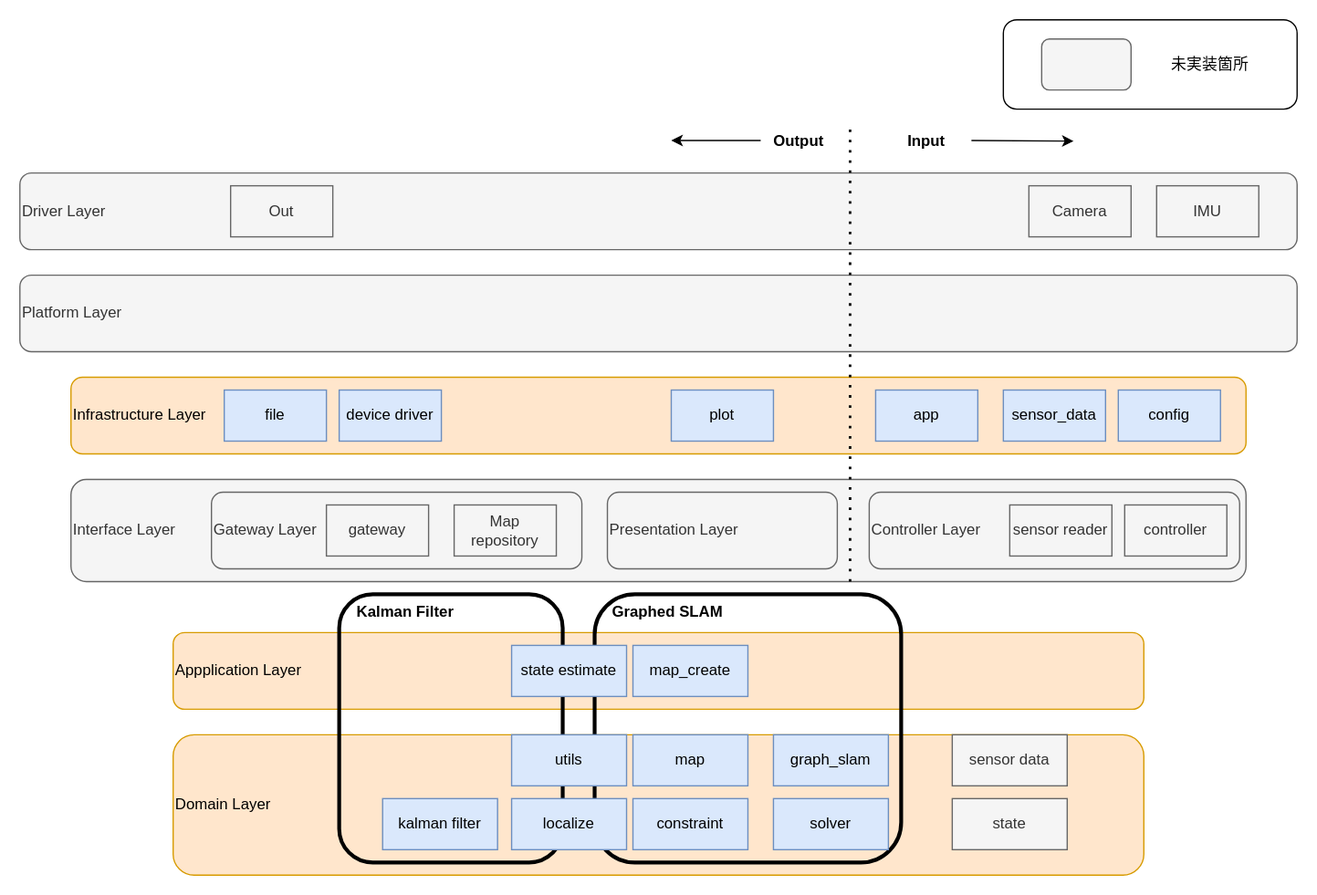
Above: static/soft_architecture.svg in hender14/robotics (draw.io), before the change. Source tidied: cells renumbered, new cells last; positions are measured from the earlier drawing's top-left corner, leaving out a move shared by most shapes.
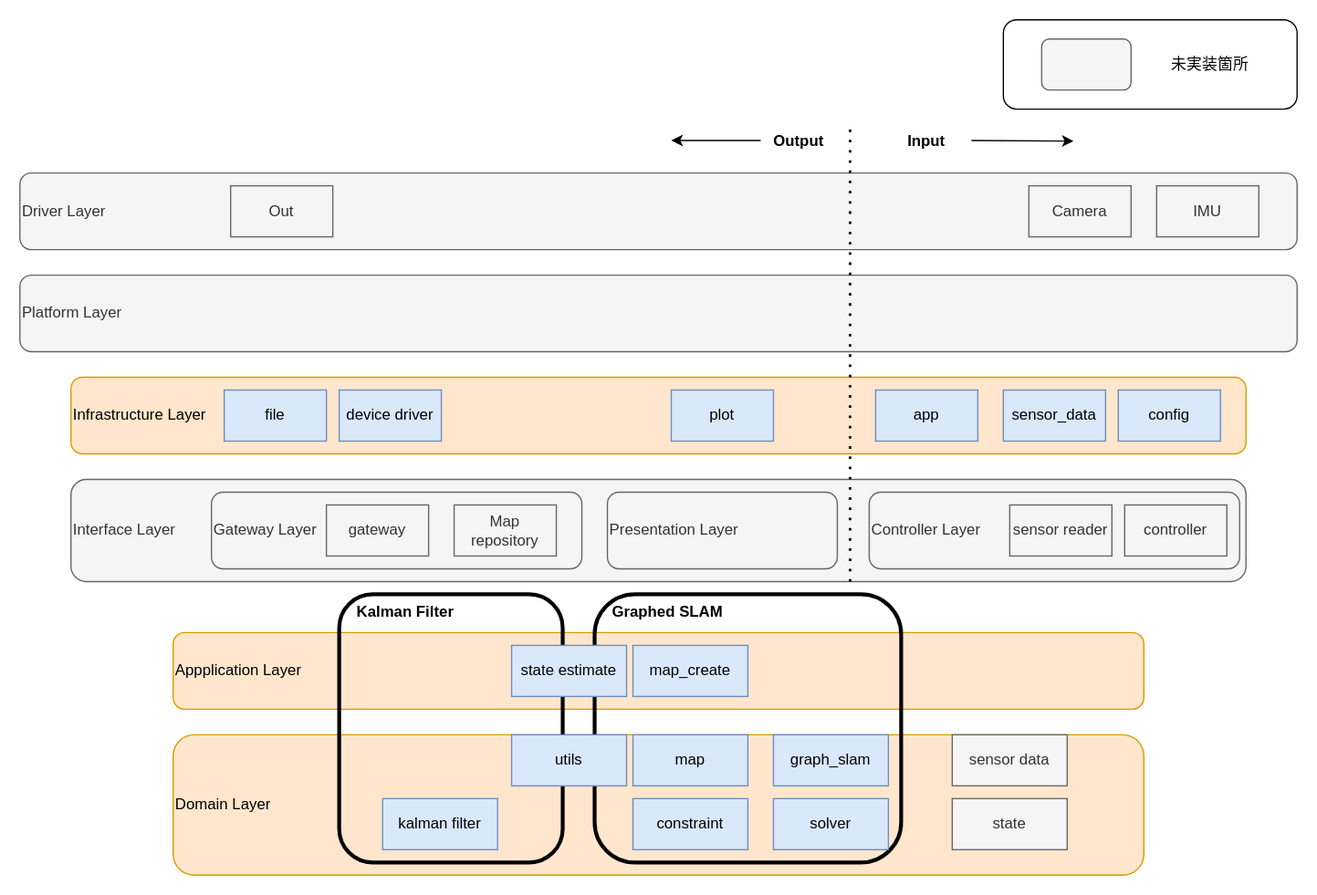
Later version of the same file.

The edit, as a diff of the source:
```diff
@@ -62,9 +62,6 @@
     <mxCell id="21" value="sensor data" style="rounded=0;whiteSpace=wrap;html=1;fillColor=#f5f5f5;strokeColor=#666666;fontColor=#333333;" parent="1" vertex="1">
       <mxGeometry x="730" y="560" width="90" height="40" as="geometry" />
     </mxCell>
-    <mxCell id="22" value="localize" style="rounded=0;whiteSpace=wrap;html=1;fillColor=#dae8fc;strokeColor=#6c8ebf;" parent="1" vertex="1">
-      <mxGeometry x="385" y="610" width="90" height="40" as="geometry" />
-    </mxCell>
     <mxCell id="23" value="graph_slam" style="rounded=0;whiteSpace=wrap;html=1;fillColor=#dae8fc;strokeColor=#6c8ebf;" parent="1" vertex="1">
       <mxGeometry x="590" y="560" width="90" height="40" as="geometry" />
     </mxCell>
```
